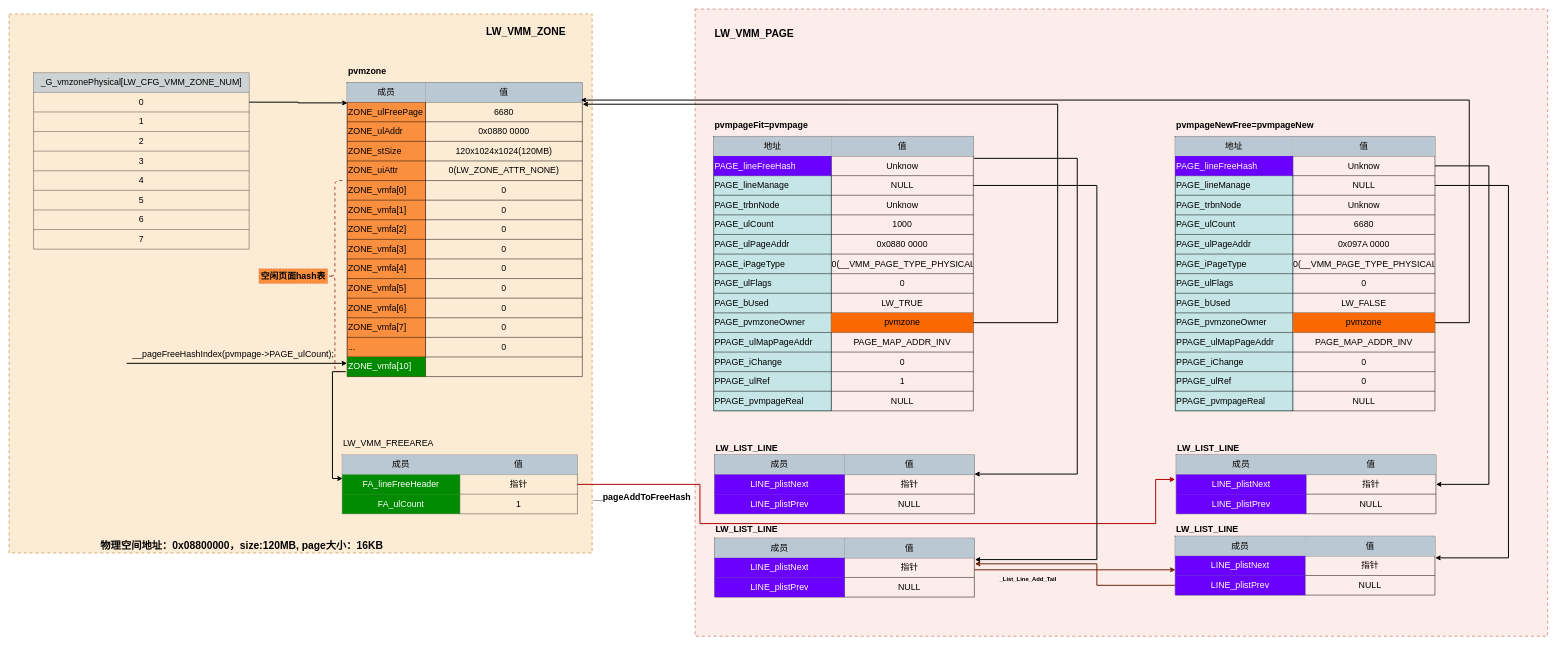
Before: page "完成物理页面分配" (3 of 5) of draw/mips-mmu.drawio in peng-fan/drawio, a draw.io diagram. Source tidied: cells renumbered, new cells numbered last; positions are measured from the earlier drawing's top-left corner, leaving out a move shared by most shapes. Both pictures are drawn from the tidied source at 49%, with x=0, y=0 at pixel (9, 9).
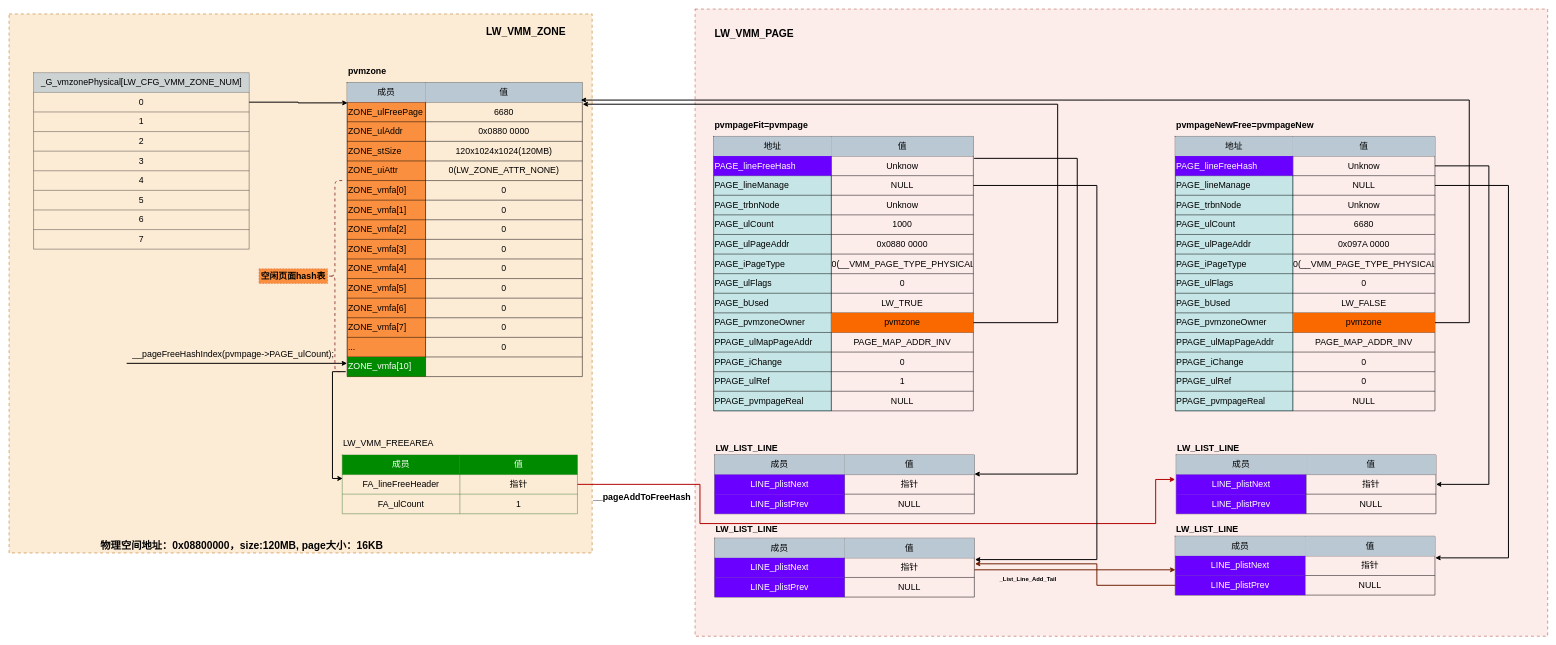
After the change.

Unchanged cells that the change refers to:
```xml
<mxCell id="102" style="shape=partialRectangle;fillColor=none;top=0;left=0;bottom=0;right=0;fontSize=18;strokeColor=default;align=center;opacity=70;" parent="101" vertex="1">
  <mxGeometry width="480" height="40" as="geometry" />
</mxCell>
<mxCell id="105" style="shape=partialRectangle;fillColor=none;top=0;left=0;bottom=0;right=0;fontSize=18;strokeColor=default;align=center;opacity=70;" parent="101" vertex="1">
  <mxGeometry y="40" width="480" height="40" as="geometry" />
</mxCell>
<mxCell id="108" style="shape=partialRectangle;fillColor=none;top=0;left=0;bottom=0;right=0;fontSize=18;strokeColor=default;align=center;opacity=70;" parent="101" vertex="1">
  <mxGeometry y="80" width="480" height="40" as="geometry" />
</mxCell>
```

Diff of the diagram source:
```diff
@@
-    <mxCell id="101" style="shape=table;startSize=0;childLayout=tableLayout;fontSize=18;strokeColor=default;fillColor=none;gradientColor=none;align=center;opacity=70;" parent="1" vertex="1">
+    <mxCell id="101" style="shape=table;startSize=0;childLayout=tableLayout;fontSize=18;strokeColor=#005700;fillColor=none;align=center;opacity=70;fontColor=#ffffff;" parent="1" vertex="1">
       <mxGeometry x="680" y="910" width="480" height="120" as="geometry" />
     </mxCell>
@@
-    <mxCell id="103" value="成员" style="shape=partialRectangle;html=1;whiteSpace=wrap;overflow=hidden;fillColor=#bac8d3;top=0;left=0;bottom=0;right=0;fontSize=18;strokeColor=#23445d;align=center;" parent="102" vertex="1">
+    <mxCell id="103" value="成员" style="shape=partialRectangle;html=1;whiteSpace=wrap;overflow=hidden;fillColor=#008a00;top=0;left=0;bottom=0;right=0;fontSize=18;strokeColor=#005700;align=center;fontColor=#ffffff;" parent="102" vertex="1">
       <mxGeometry width="240" height="40" as="geometry" />
     </mxCell>
-    <mxCell id="104" value="值" style="shape=partialRectangle;html=1;whiteSpace=wrap;overflow=hidden;fillColor=#bac8d3;top=0;left=0;bottom=0;right=0;fontSize=18;strokeColor=#23445d;align=center;" parent="102" vertex="1">
+    <mxCell id="104" value="值" style="shape=partialRectangle;html=1;whiteSpace=wrap;overflow=hidden;fillColor=#008a00;top=0;left=0;bottom=0;right=0;fontSize=18;strokeColor=#005700;align=center;fontColor=#ffffff;" parent="102" vertex="1">
       <mxGeometry x="240" width="240" height="40" as="geometry" />
     </mxCell>
@@
-    <mxCell id="106" value="FA_lineFreeHeader" style="shape=partialRectangle;html=1;whiteSpace=wrap;overflow=hidden;fillColor=#008a00;top=0;left=0;bottom=0;right=0;fontSize=18;strokeColor=#005700;align=center;fontColor=#ffffff;" parent="105" vertex="1">
+    <mxCell id="106" value="&lt;font color=&quot;#000000&quot;&gt;FA_lineFreeHeader&lt;/font&gt;" style="shape=partialRectangle;html=1;whiteSpace=wrap;overflow=hidden;fillColor=none;top=0;left=0;bottom=0;right=0;fontSize=18;strokeColor=#005700;align=center;fontColor=#ffffff;" parent="105" vertex="1">
       <mxGeometry width="240" height="40" as="geometry" />
     </mxCell>
@@
-    <mxCell id="109" value="FA_ulCount" style="shape=partialRectangle;html=1;whiteSpace=wrap;overflow=hidden;fillColor=#008a00;top=0;left=0;bottom=0;right=0;fontSize=18;strokeColor=#005700;align=center;fontColor=#ffffff;" parent="108" vertex="1">
+    <mxCell id="109" value="&lt;font color=&quot;#000000&quot;&gt;FA_ulCount&lt;/font&gt;" style="shape=partialRectangle;html=1;whiteSpace=wrap;overflow=hidden;fillColor=none;top=0;left=0;bottom=0;right=0;fontSize=18;strokeColor=#005700;align=center;fontColor=#ffffff;" parent="108" vertex="1">
       <mxGeometry width="240" height="40" as="geometry" />
     </mxCell>
```
